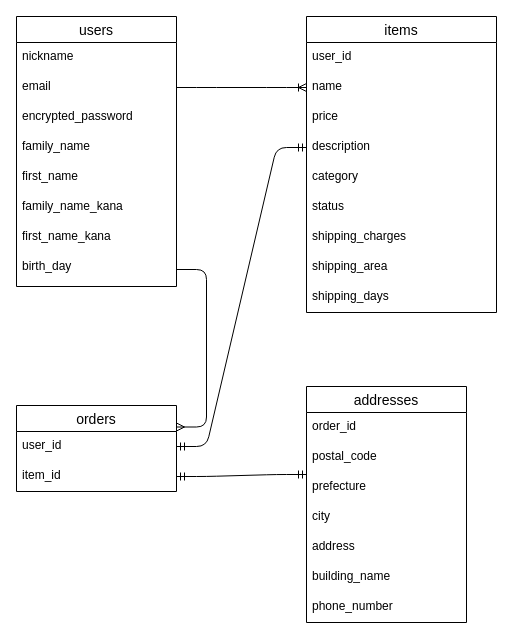
This is ER.dio from cocoaino/furima-32595, a draw.io file, before an edit. Source tidied: cells renumbered, new cells numbered last; positions are measured from the earlier drawing's top-left corner, leaving out a move shared by most shapes. Both pictures are drawn from the tidied source at 100%, with x=0, y=0 at pixel (16, 16).
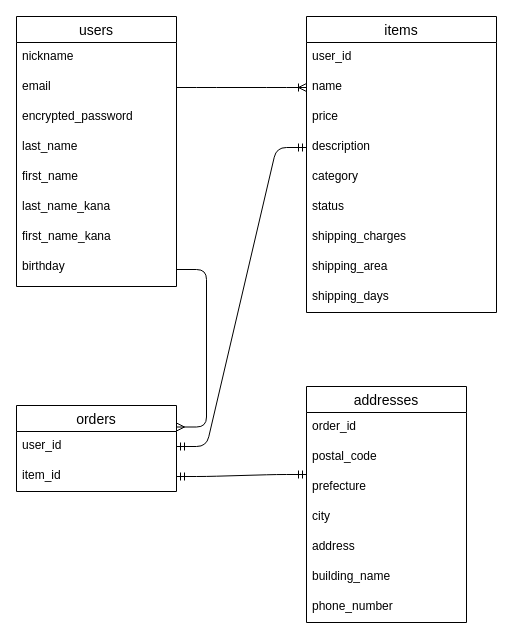
After the change.

Commit message (it also covers changes not shown here):
カラム修正

The change refers to these unchanged cells:
```xml
<mxCell id="13" value="users" style="swimlane;fontStyle=0;horizontal=1;startSize=26;align=center;fontSize=14;" parent="1" vertex="1">
  <mxGeometry width="160" height="270" as="geometry" />
</mxCell>
```

The edit, as a diff of the source:
```diff
@@
-    <mxCell id="17" value="family_name" style="text;strokeColor=none;fillColor=none;spacingLeft=4;spacingRight=4;overflow=hidden;fontSize=12;" parent="13" vertex="1">
+    <mxCell id="17" value="last_name" style="text;strokeColor=none;fillColor=none;spacingLeft=4;spacingRight=4;overflow=hidden;fontSize=12;" parent="13" vertex="1">
       <mxGeometry y="116" width="160" height="30" as="geometry" />
     </mxCell>
@@
-    <mxCell id="19" value="family_name_kana" style="text;strokeColor=none;fillColor=none;spacingLeft=4;spacingRight=4;overflow=hidden;fontSize=12;" parent="13" vertex="1">
+    <mxCell id="19" value="last_name_kana" style="text;strokeColor=none;fillColor=none;spacingLeft=4;spacingRight=4;overflow=hidden;fontSize=12;" parent="13" vertex="1">
       <mxGeometry y="176" width="160" height="30" as="geometry" />
     </mxCell>
@@
-    <mxCell id="21" value="birth_day" style="text;strokeColor=none;fillColor=none;spacingLeft=4;spacingRight=4;overflow=hidden;points=[[0,0.5],[1,0.5]];portConstraint=eastwest;fontSize=12;" parent="13" vertex="1">
+    <mxCell id="21" value="birthday" style="text;strokeColor=none;fillColor=none;spacingLeft=4;spacingRight=4;overflow=hidden;points=[[0,0.5],[1,0.5]];portConstraint=eastwest;fontSize=12;" parent="13" vertex="1">
       <mxGeometry y="236" width="160" height="34" as="geometry" />
     </mxCell>
```
